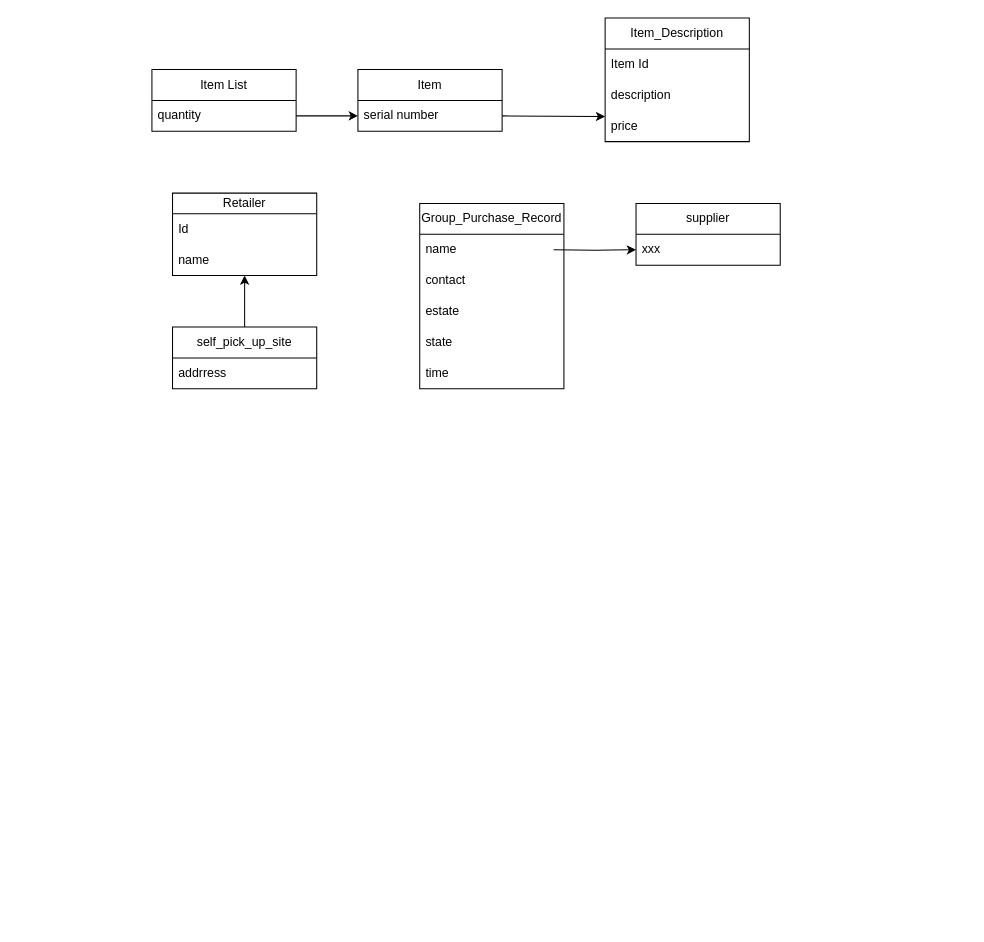
Before: 未命名绘图.drawio in zzy347964399/pafd-automated, a draw.io diagram. Source tidied: cells renumbered, new cells numbered last; positions are measured from the earlier drawing's top-left corner, leaving out a move shared by most shapes. Both pictures are drawn from the tidied source at 103%, with x=0, y=0 at pixel (151, 18).
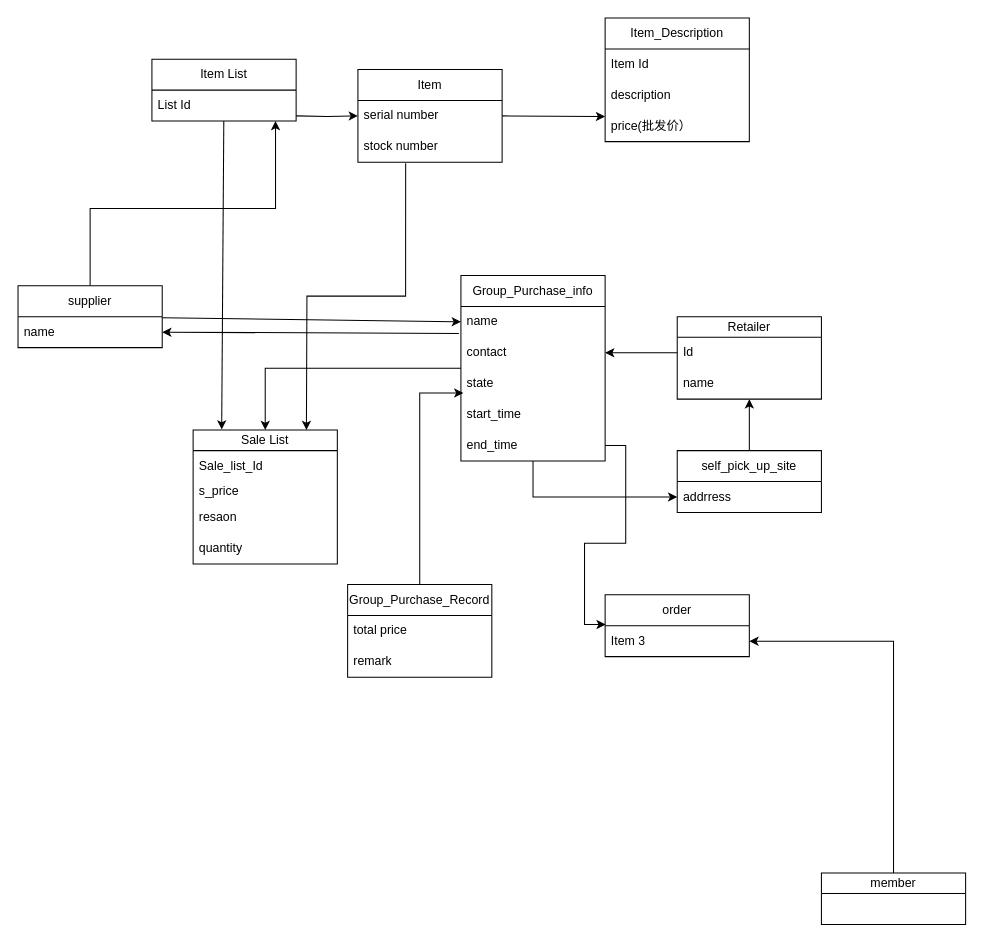
The same page after the edit.

Commit message (it also covers changes not shown here):
更新未命名绘图.drawio

Unchanged cells that the change refers to:
```xml
<mxCell id="3" value="serial number" style="text;strokeColor=none;fillColor=none;align=left;verticalAlign=middle;spacingLeft=4;spacingRight=4;overflow=hidden;points=[[0,0.5],[1,0.5]];portConstraint=eastwest;whiteSpace=wrap;html=1;" parent="2" vertex="1">
  <mxGeometry y="30" width="140" height="30" as="geometry" />
</mxCell>
<mxCell id="4" value="Item_Description" style="swimlane;fontStyle=0;horizontal=1;startSize=30;whiteSpace=wrap;html=1;" parent="1" vertex="1">
  <mxGeometry x="440" width="140" height="120" as="geometry" />
</mxCell>
<mxCell id="13" value="Id" style="text;strokeColor=none;fillColor=none;align=left;verticalAlign=middle;spacingLeft=4;spacingRight=4;overflow=hidden;points=[[0,0.5],[1,0.5]];portConstraint=eastwest;whiteSpace=wrap;html=1;" parent="12" vertex="1">
  <mxGeometry y="20" width="140" height="30" as="geometry" />
</mxCell>
<mxCell id="16" value="name" style="text;strokeColor=none;fillColor=none;align=left;verticalAlign=middle;spacingLeft=4;spacingRight=4;overflow=hidden;points=[[0,0.5],[1,0.5]];portConstraint=eastwest;whiteSpace=wrap;html=1;" parent="15" vertex="1">
  <mxGeometry y="30" width="140" height="30" as="geometry" />
</mxCell>
<mxCell id="17" value="contact" style="text;strokeColor=none;fillColor=none;align=left;verticalAlign=middle;spacingLeft=4;spacingRight=4;overflow=hidden;points=[[0,0.5],[1,0.5]];portConstraint=eastwest;whiteSpace=wrap;html=1;" parent="15" vertex="1">
  <mxGeometry y="60" width="140" height="30" as="geometry" />
</mxCell>
<mxCell id="23" value="addrress" style="text;strokeColor=none;fillColor=none;align=left;verticalAlign=middle;spacingLeft=4;spacingRight=4;overflow=hidden;points=[[0,0.5],[1,0.5]];portConstraint=eastwest;whiteSpace=wrap;html=1;" parent="22" vertex="1">
  <mxGeometry y="30" width="140" height="30" as="geometry" />
</mxCell>
```

The edit, as a diff of the source:
```diff
@@
     <mxCell id="2" value="Item" style="swimlane;fontStyle=0;horizontal=1;startSize=30;whiteSpace=wrap;html=1;" parent="1" vertex="1">
-      <mxGeometry x="200" y="50" width="140" height="60" as="geometry" />
+      <mxGeometry x="200" y="50" width="140" height="90" as="geometry" />
     </mxCell>
@@
+    <mxCell id="27" value="stock number" style="text;strokeColor=none;fillColor=none;align=left;verticalAlign=middle;spacingLeft=4;spacingRight=4;overflow=hidden;points=[[0,0.5],[1,0.5]];portConstraint=eastwest;whiteSpace=wrap;html=1;" parent="2" vertex="1">
+      <mxGeometry y="60" width="140" height="30" as="geometry" />
+    </mxCell>
@@
-    <mxCell id="7" value="price" style="text;strokeColor=none;fillColor=none;align=left;verticalAlign=middle;spacingLeft=4;spacingRight=4;overflow=hidden;points=[[0,0.5],[1,0.5]];portConstraint=eastwest;whiteSpace=wrap;html=1;" parent="4" vertex="1">
+    <mxCell id="7" value="price(批发价）" style="text;strokeColor=none;fillColor=none;align=left;verticalAlign=middle;spacingLeft=4;spacingRight=4;overflow=hidden;points=[[0,0.5],[1,0.5]];portConstraint=eastwest;whiteSpace=wrap;html=1;" parent="4" vertex="1">
       <mxGeometry y="90" width="140" height="30" as="geometry" />
     </mxCell>
@@
+    <mxCell id="28" style="rounded=0;jettySize=auto;html=1;entryX=0.198;entryY=-0.004;entryDx=0;entryDy=0;entryPerimeter=0;" parent="1" edge="1" source="9" target="37">
+      <mxGeometry relative="1" as="geometry" />
+    </mxCell>
     <mxCell id="9" value="Item List" style="swimlane;fontStyle=0;horizontal=1;startSize=30;whiteSpace=wrap;html=1;" parent="1" vertex="1">
-      <mxGeometry y="50" width="140" height="60" as="geometry" />
+      <mxGeometry y="40" width="140" height="60" as="geometry" />
     </mxCell>
-    <mxCell id="10" value="quantity" style="text;strokeColor=none;fillColor=none;align=left;verticalAlign=middle;spacingLeft=4;spacingRight=4;overflow=hidden;points=[[0,0.5],[1,0.5]];portConstraint=eastwest;whiteSpace=wrap;html=1;" parent="9" vertex="1">
-      <mxGeometry y="30" width="140" height="30" as="geometry" />
-    </mxCell>
+    <mxCell id="29" value="List Id" style="text;strokeColor=none;fillColor=none;align=left;verticalAlign=middle;spacingLeft=4;spacingRight=4;overflow=hidden;points=[[0,0.5],[1,0.5]];portConstraint=eastwest;whiteSpace=wrap;html=1;" parent="9" vertex="1">
+      <mxGeometry y="30" width="140" height="30" as="geometry" />
+    </mxCell>
-    <mxCell id="11" style="edgeStyle=orthogonalEdgeStyle;rounded=0;jettySize=auto;html=1;exitX=1;exitY=0.5;exitDx=0;exitDy=0;entryX=0;entryY=0.5;entryDx=0;entryDy=0;" parent="1" edge="1" source="10" target="3">
-      <mxGeometry relative="1" as="geometry" />
+    <mxCell id="11" style="edgeStyle=orthogonalEdgeStyle;rounded=0;jettySize=auto;html=1;exitX=1;exitY=0.5;exitDx=0;exitDy=0;entryX=0;entryY=0.5;entryDx=0;entryDy=0;" parent="1" edge="1" target="3">
+      <mxGeometry relative="1" as="geometry">
+        <mxPoint x="140" y="95" as="sourcePoint" />
+      </mxGeometry>
     </mxCell>
+    <mxCell id="30" style="rounded=0;jettySize=auto;html=1;exitX=0;exitY=0.5;exitDx=0;exitDy=0;entryX=1;entryY=0.5;entryDx=0;entryDy=0;" parent="1" edge="1" source="13" target="17">
+      <mxGeometry relative="1" as="geometry" />
+    </mxCell>
     <mxCell id="12" value="Retailer" style="swimlane;fontStyle=0;horizontal=1;startSize=20;whiteSpace=wrap;html=1;" parent="1" vertex="1">
-      <mxGeometry x="20" y="170" width="140" height="80" as="geometry" />
+      <mxGeometry x="510" y="290" width="140" height="80" as="geometry" />
     </mxCell>
@@
+    <mxCell id="31" style="edgeStyle=orthogonalEdgeStyle;rounded=0;jettySize=auto;html=1;entryX=0.5;entryY=0;entryDx=0;entryDy=0;" parent="1" edge="1" source="15" target="37">
+      <mxGeometry relative="1" as="geometry" />
+    </mxCell>
+    <mxCell id="32" style="edgeStyle=orthogonalEdgeStyle;rounded=0;jettySize=auto;html=1;entryX=0;entryY=0.5;entryDx=0;entryDy=0;" parent="1" edge="1" source="15" target="23">
+      <mxGeometry relative="1" as="geometry" />
+    </mxCell>
-    <mxCell id="15" value="Group_Purchase_Record" style="swimlane;fontStyle=0;horizontal=1;startSize=30;whiteSpace=wrap;html=1;" parent="1" vertex="1">
-      <mxGeometry x="260" y="180" width="140" height="180" as="geometry" />
+    <mxCell id="15" value="Group_Purchase_info" style="swimlane;fontStyle=0;horizontal=1;startSize=30;whiteSpace=wrap;html=1;" parent="1" vertex="1">
+      <mxGeometry x="300" y="250" width="140" height="180" as="geometry" />
     </mxCell>
@@
-    <mxCell id="18" value="estate&amp;nbsp;" style="text;strokeColor=none;fillColor=none;align=left;verticalAlign=middle;spacingLeft=4;spacingRight=4;overflow=hidden;whiteSpace=wrap;html=1;" parent="15" vertex="1">
-      <mxGeometry y="90" width="140" height="30" as="geometry" />
-    </mxCell>
     <mxCell id="19" value="state" style="text;strokeColor=none;fillColor=none;align=left;verticalAlign=middle;spacingLeft=4;spacingRight=4;overflow=hidden;whiteSpace=wrap;html=1;" parent="15" vertex="1">
-      <mxGeometry y="120" width="140" height="30" as="geometry" />
+      <mxGeometry y="90" width="140" height="30" as="geometry" />
     </mxCell>
-    <mxCell id="20" value="time" style="text;strokeColor=none;fillColor=none;align=left;verticalAlign=middle;spacingLeft=4;spacingRight=4;overflow=hidden;points=[[0,0.5],[1,0.5]];portConstraint=eastwest;whiteSpace=wrap;html=1;" parent="15" vertex="1">
-      <mxGeometry y="150" width="140" height="30" as="geometry" />
+    <mxCell id="20" value="start_time" style="text;strokeColor=none;fillColor=none;align=left;verticalAlign=middle;spacingLeft=4;spacingRight=4;overflow=hidden;points=[[0,0.5],[1,0.5]];portConstraint=eastwest;whiteSpace=wrap;html=1;" parent="15" vertex="1">
+      <mxGeometry y="120" width="140" height="30" as="geometry" />
     </mxCell>
+    <mxCell id="33" value="end_time" style="text;strokeColor=none;fillColor=none;align=left;verticalAlign=middle;spacingLeft=4;spacingRight=4;overflow=hidden;points=[[0,0.5],[1,0.5]];portConstraint=eastwest;whiteSpace=wrap;html=1;" parent="15" vertex="1">
+      <mxGeometry y="150" width="140" height="30" as="geometry" />
+    </mxCell>
@@
     <mxCell id="22" value="self_pick_up_site" style="swimlane;fontStyle=0;horizontal=1;startSize=30;whiteSpace=wrap;html=1;" parent="1" vertex="1">
-      <mxGeometry x="20" y="300" width="140" height="60" as="geometry" />
+      <mxGeometry x="510" y="420" width="140" height="60" as="geometry" />
     </mxCell>
@@
+    <mxCell id="34" style="rounded=0;jettySize=auto;html=1;exitX=0.5;exitY=0;exitDx=0;exitDy=0;edgeStyle=orthogonalEdgeStyle;" parent="1" edge="1" source="24" target="29">
+      <mxGeometry relative="1" as="geometry">
+        <Array as="points">
+          <mxPoint x="-60" y="185" />
+          <mxPoint x="120" y="185" />
+        </Array>
+      </mxGeometry>
+    </mxCell>
+    <mxCell id="35" style="rounded=0;jettySize=auto;html=1;entryX=0;entryY=0.5;entryDx=0;entryDy=0;" parent="1" edge="1" source="24" target="16">
+      <mxGeometry relative="1" as="geometry" />
+    </mxCell>
     <mxCell id="24" value="supplier" style="swimlane;fontStyle=0;horizontal=1;startSize=30;whiteSpace=wrap;html=1;" parent="1" vertex="1">
-      <mxGeometry x="470" y="180" width="140" height="60" as="geometry" />
+      <mxGeometry x="-130" y="260" width="140" height="60" as="geometry" />
     </mxCell>
-    <mxCell id="25" value="xxx" style="text;strokeColor=none;fillColor=none;align=left;verticalAlign=middle;spacingLeft=4;spacingRight=4;overflow=hidden;points=[[0,0.5],[1,0.5]];portConstraint=eastwest;whiteSpace=wrap;html=1;" parent="24" vertex="1">
+    <mxCell id="25" value="name" style="text;strokeColor=none;fillColor=none;align=left;verticalAlign=middle;spacingLeft=4;spacingRight=4;overflow=hidden;points=[[0,0.5],[1,0.5]];portConstraint=eastwest;whiteSpace=wrap;html=1;" parent="24" vertex="1">
       <mxGeometry y="30" width="140" height="30" as="geometry" />
     </mxCell>
-    <mxCell id="26" style="edgeStyle=orthogonalEdgeStyle;rounded=0;jettySize=auto;html=1;" parent="1" edge="1" target="25">
-      <mxGeometry relative="1" as="geometry">
-        <mxPoint x="390" y="225" as="sourcePoint" />
-      </mxGeometry>
-    </mxCell>
+    <mxCell id="36" style="rounded=0;jettySize=auto;html=1;exitX=-0.014;exitY=0.878;exitDx=0;exitDy=0;entryX=1;entryY=0.5;entryDx=0;entryDy=0;exitPerimeter=0;" parent="1" edge="1" source="16" target="25">
+      <mxGeometry relative="1" as="geometry" />
+    </mxCell>
+    <mxCell id="37" value="Sale List" style="swimlane;fontStyle=0;horizontal=1;startSize=20;whiteSpace=wrap;html=1;" parent="1" vertex="1">
+      <mxGeometry x="40" y="400" width="140" height="130" as="geometry" />
+    </mxCell>
+    <mxCell id="38" value="Sale_list_Id" style="text;strokeColor=none;fillColor=none;align=left;verticalAlign=middle;spacingLeft=4;spacingRight=4;overflow=hidden;whiteSpace=wrap;html=1;" parent="37" vertex="1">
+      <mxGeometry y="20" width="140" height="30" as="geometry" />
+    </mxCell>
+    <mxCell id="39" value="s_price" style="text;strokeColor=none;fillColor=none;align=left;verticalAlign=middle;spacingLeft=4;spacingRight=4;overflow=hidden;whiteSpace=wrap;html=1;" parent="37" vertex="1">
+      <mxGeometry y="50" width="140" height="20" as="geometry" />
+    </mxCell>
+    <mxCell id="40" value="resaon" style="text;strokeColor=none;fillColor=none;align=left;verticalAlign=middle;spacingLeft=4;spacingRight=4;overflow=hidden;whiteSpace=wrap;html=1;" parent="37" vertex="1">
+      <mxGeometry y="70" width="140" height="30" as="geometry" />
+    </mxCell>
+    <mxCell id="10" value="quantity" style="text;strokeColor=none;fillColor=none;align=left;verticalAlign=middle;spacingLeft=4;spacingRight=4;overflow=hidden;points=[[0,0.5],[1,0.5]];portConstraint=eastwest;whiteSpace=wrap;html=1;" parent="37" vertex="1">
+      <mxGeometry y="100" width="140" height="30" as="geometry" />
+    </mxCell>
+    <mxCell id="41" style="edgeStyle=orthogonalEdgeStyle;rounded=0;jettySize=auto;html=1;exitX=0.331;exitY=1.03;exitDx=0;exitDy=0;exitPerimeter=0;" parent="1" edge="1" source="27">
+      <mxGeometry relative="1" as="geometry">
+        <mxPoint x="150" y="400" as="targetPoint" />
+      </mxGeometry>
+    </mxCell>
+    <mxCell id="42" value="order" style="swimlane;fontStyle=0;horizontal=1;startSize=30;whiteSpace=wrap;html=1;" parent="1" vertex="1">
+      <mxGeometry x="440" y="560" width="140" height="60" as="geometry" />
+    </mxCell>
+    <mxCell id="43" value="Item 3" style="text;strokeColor=none;fillColor=none;align=left;verticalAlign=middle;spacingLeft=4;spacingRight=4;overflow=hidden;points=[[0,0.5],[1,0.5]];portConstraint=eastwest;whiteSpace=wrap;html=1;" parent="42" vertex="1">
+      <mxGeometry y="30" width="140" height="30" as="geometry" />
+    </mxCell>
+    <mxCell id="44" style="edgeStyle=orthogonalEdgeStyle;rounded=0;jettySize=auto;html=1;" parent="1" edge="1" source="45" target="43">
+      <mxGeometry relative="1" as="geometry" />
+    </mxCell>
+    <mxCell id="45" value="member" style="swimlane;fontStyle=0;horizontal=1;startSize=20;whiteSpace=wrap;html=1;" parent="1" vertex="1">
+      <mxGeometry x="650" y="830" width="140" height="50" as="geometry" />
+    </mxCell>
+    <mxCell id="46" style="edgeStyle=orthogonalEdgeStyle;rounded=0;jettySize=auto;html=1;entryX=0.004;entryY=-0.037;entryDx=0;entryDy=0;entryPerimeter=0;" parent="1" edge="1" source="33" target="43">
+      <mxGeometry relative="1" as="geometry" />
+    </mxCell>
+    <mxCell id="47" value="Group_Purchase_Record" style="swimlane;fontStyle=0;horizontal=1;startSize=30;whiteSpace=wrap;html=1;" parent="1" vertex="1">
+      <mxGeometry x="190" y="550" width="140" height="90" as="geometry" />
+    </mxCell>
+    <mxCell id="48" value="total price" style="text;strokeColor=none;fillColor=none;align=left;verticalAlign=middle;spacingLeft=4;spacingRight=4;overflow=hidden;whiteSpace=wrap;html=1;" parent="47" vertex="1">
+      <mxGeometry y="30" width="140" height="30" as="geometry" />
+    </mxCell>
+    <mxCell id="49" value="remark" style="text;strokeColor=none;fillColor=none;align=left;verticalAlign=middle;spacingLeft=4;spacingRight=4;overflow=hidden;whiteSpace=wrap;html=1;" parent="47" vertex="1">
+      <mxGeometry y="60" width="140" height="30" as="geometry" />
+    </mxCell>
+    <mxCell id="50" style="edgeStyle=orthogonalEdgeStyle;rounded=0;jettySize=auto;html=1;entryX=0.017;entryY=-0.2;entryDx=0;entryDy=0;entryPerimeter=0;" parent="1" edge="1" source="47" target="20">
+      <mxGeometry relative="1" as="geometry" />
+    </mxCell>
```
